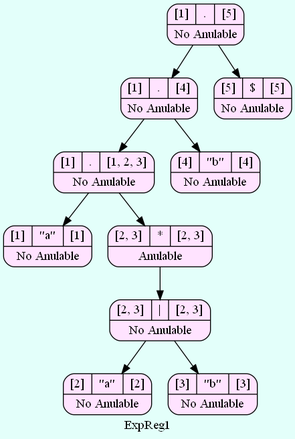
This is ARBOLES_202000119/Arbol_ExpReg1.png from SergieArizandieta/OLC1-P1-202000119, a Graphviz export, as it was before one commit. Its source is kept beside it as ARBOLES_202000119/Arbol_ExpReg1.dot.
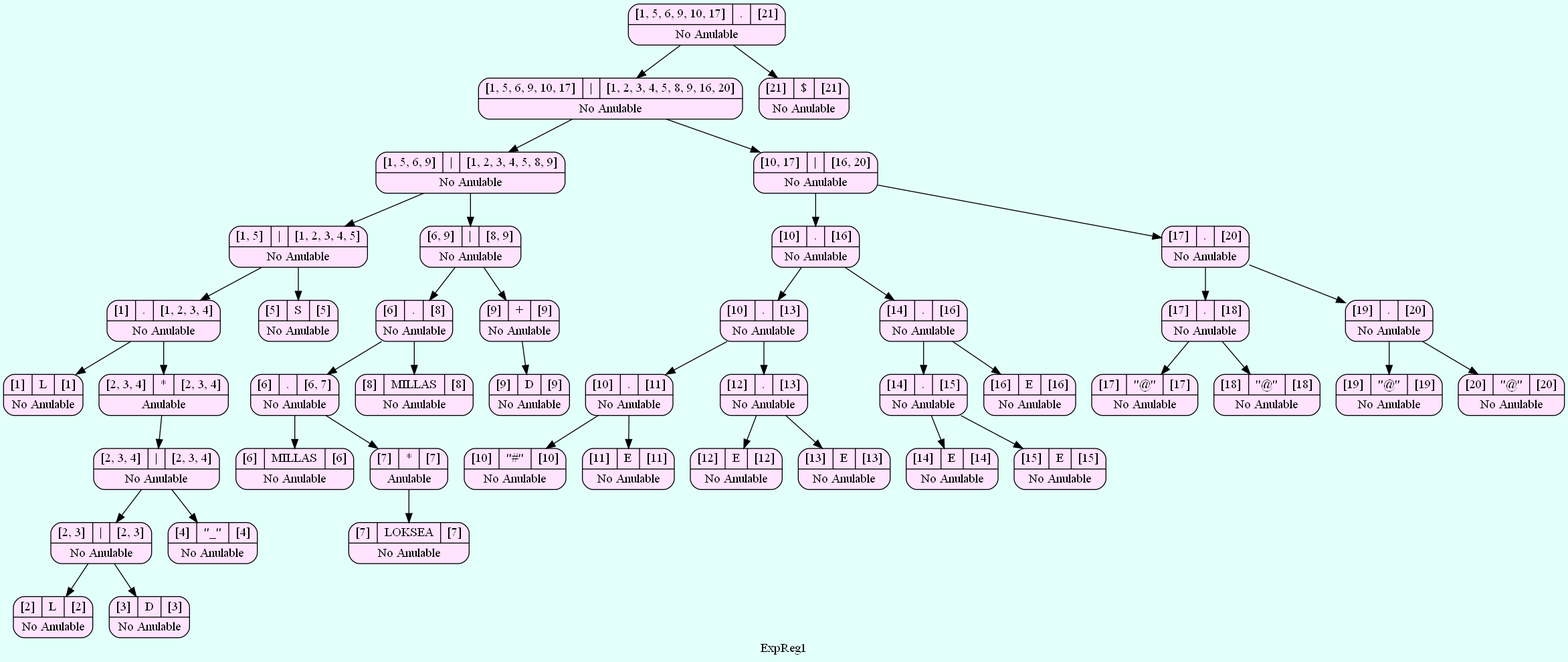
The same file after the commit.

What changed in the source:
```diff
@@ -2,24 +2,92 @@
   bgcolor = "#E3FFFA"
    node [shape=Mrecord fillcolor="#FFE3FF" style =filled];
 label ="ExpReg1"
-    struct1505270596    [label="{{[1]|<here>.|[5]}|No Anulable}"];
-    struct1505270596-> struct196122835
-    struct196122835    [label="{{[1]|<here>.|[4]}|No Anulable}"];
-    struct196122835-> struct1735334730
-    struct1735334730    [label="{{[1]|<here>.|[1, 2, 3]}|No Anulable}"];
-    struct1735334730-> struct1862194853
-    struct1862194853    [label="{{[1]|<here>\"a\"|[1]}|No Anulable}"];
-    struct1735334730-> struct1937838725
-    struct1937838725    [label="{{[2, 3]|<here>*|[2, 3]}|Anulable}"];
-    struct1937838725-> struct2088270374
-    struct2088270374    [label="{{[2, 3]|<here>\||[2, 3]}|No Anulable}"];
-    struct2088270374-> struct1666354088
-    struct1666354088    [label="{{[2]|<here>\"a\"|[2]}|No Anulable}"];
-    struct2088270374-> struct2063671961
-    struct2063671961    [label="{{[3]|<here>\"b\"|[3]}|No Anulable}"];
-    struct196122835-> struct15667782
-    struct15667782    [label="{{[4]|<here>\"b\"|[4]}|No Anulable}"];
-    struct1505270596-> struct1073344823
-    struct1073344823    [label="{{[5]|<here>$|[5]}|No Anulable}"];
+    struct1848203671    [label="{{[1, 5, 6, 9, 10, 17]|<here>.|[21]}|No Anulable}"];
+    struct1848203671-> struct1250863867
+    struct1250863867    [label="{{[1, 5, 6, 9, 10, 17]|<here>\||[1, 2, 3, 4, 5, 8, 9, 16, 20]}|No Anulable}"];
+    struct1250863867-> struct1651133630
+    struct1651133630    [label="{{[1, 5, 6, 9]|<here>\||[1, 2, 3, 4, 5, 8, 9]}|No Anulable}"];
+    struct1651133630-> struct1860400788
+    struct1860400788    [label="{{[1, 5]|<here>\||[1, 2, 3, 4, 5]}|No Anulable}"];
+    struct1860400788-> struct1252159294
+    struct1252159294    [label="{{[1]|<here>.|[1, 2, 3, 4]}|No Anulable}"];
+    struct1252159294-> struct1975832035
+    struct1975832035    [label="{{[1]|<here>L|[1]}|No Anulable}"];
+    struct1252159294-> struct1174102105
+    struct1174102105    [label="{{[2, 3, 4]|<here>*|[2, 3, 4]}|Anulable}"];
+    struct1174102105-> struct811202980
+    struct811202980    [label="{{[2, 3, 4]|<here>\||[2, 3, 4]}|No Anulable}"];
+    struct811202980-> struct1776007950
+    struct1776007950    [label="{{[2, 3]|<here>\||[2, 3]}|No Anulable}"];
+    struct1776007950-> struct983812099
+    struct983812099    [label="{{[2]|<here>L|[2]}|No Anulable}"];
+    struct1776007950-> struct608472742
+    struct608472742    [label="{{[3]|<here>D|[3]}|No Anulable}"];
+    struct811202980-> struct1529861971
+    struct1529861971    [label="{{[4]|<here>\"_\"|[4]}|No Anulable}"];
+    struct1860400788-> struct1872237811
+    struct1872237811    [label="{{[5]|<here>S|[5]}|No Anulable}"];
+    struct1651133630-> struct1272920787
+    struct1272920787    [label="{{[6, 9]|<here>\||[8, 9]}|No Anulable}"];
+    struct1272920787-> struct1265548464
+    struct1265548464    [label="{{[6]|<here>.|[8]}|No Anulable}"];
+    struct1265548464-> struct1860075457
+    struct1860075457    [label="{{[6]|<here>.|[6, 7]}|No Anulable}"];
+    struct1860075457-> struct1104073061
+    struct1104073061    [label="{{[6]|<here>MILLAS|[6]}|No Anulable}"];
+    struct1860075457-> struct1937072685
+    struct1937072685    [label="{{[7]|<here>*|[7]}|Anulable}"];
+    struct1937072685-> struct1296096207
+    struct1296096207    [label="{{[7]|<here>LOKSEA|[7]}|No Anulable}"];
+    struct1265548464-> struct1350407633
+    struct1350407633    [label="{{[8]|<here>MILLAS|[8]}|No Anulable}"];
+    struct1272920787-> struct1737438018
+    struct1737438018    [label="{{[9]|<here>+|[9]}|No Anulable}"];
+    struct1737438018-> struct1060327828
+    struct1060327828    [label="{{[9]|<here>D|[9]}|No Anulable}"];
+    struct1250863867-> struct1952873246
+    struct1952873246    [label="{{[10, 17]|<here>\||[16, 20]}|No Anulable}"];
+    struct1952873246-> struct1216985950
+    struct1216985950    [label="{{[10]|<here>.|[16]}|No Anulable}"];
+    struct1216985950-> struct1451394094
+    struct1451394094    [label="{{[10]|<here>.|[13]}|No Anulable}"];
+    struct1451394094-> struct1931002011
+    struct1931002011    [label="{{[10]|<here>.|[11]}|No Anulable}"];
+    struct1931002011-> struct887225197
+    struct887225197    [label="{{[10]|<here>\"#\"|[10]}|No Anulable}"];
+    struct1931002011-> struct834135524
+    struct834135524    [label="{{[11]|<here>E|[11]}|No Anulable}"];
+    struct1451394094-> struct1935062024
+    struct1935062024    [label="{{[12]|<here>.|[13]}|No Anulable}"];
+    struct1935062024-> struct1191165665
+    struct1191165665    [label="{{[12]|<here>E|[12]}|No Anulable}"];
+    struct1935062024-> struct2113802176
+    struct2113802176    [label="{{[13]|<here>E|[13]}|No Anulable}"];
+    struct1216985950-> struct1944603998
+    struct1944603998    [label="{{[14]|<here>.|[16]}|No Anulable}"];
+    struct1944603998-> struct903365087
+    struct903365087    [label="{{[14]|<here>.|[15]}|No Anulable}"];
+    struct903365087-> struct250341683
+    struct250341683    [label="{{[14]|<here>E|[14]}|No Anulable}"];
+    struct903365087-> struct57046817
+    struct57046817    [label="{{[15]|<here>E|[15]}|No Anulable}"];
+    struct1944603998-> struct852842670
+    struct852842670    [label="{{[16]|<here>E|[16]}|No Anulable}"];
+    struct1952873246-> struct1165238674
+    struct1165238674    [label="{{[17]|<here>.|[20]}|No Anulable}"];
+    struct1165238674-> struct336063102
+    struct336063102    [label="{{[17]|<here>.|[18]}|No Anulable}"];
+    struct336063102-> struct610814112
+    struct610814112    [label="{{[17]|<here>\"@\"|[17]}|No Anulable}"];
+    struct336063102-> struct1012950187
+    struct1012950187    [label="{{[18]|<here>\"@\"|[18]}|No Anulable}"];
+    struct1165238674-> struct1484569092
+    struct1484569092    [label="{{[19]|<here>.|[20]}|No Anulable}"];
+    struct1484569092-> struct1929637743
+    struct1929637743    [label="{{[19]|<here>\"@\"|[19]}|No Anulable}"];
+    struct1484569092-> struct365466855
+    struct365466855    [label="{{[20]|<here>\"@\"|[20]}|No Anulable}"];
+    struct1848203671-> struct707981257
+    struct707981257    [label="{{[21]|<here>$|[21]}|No Anulable}"];
 
 }
```
